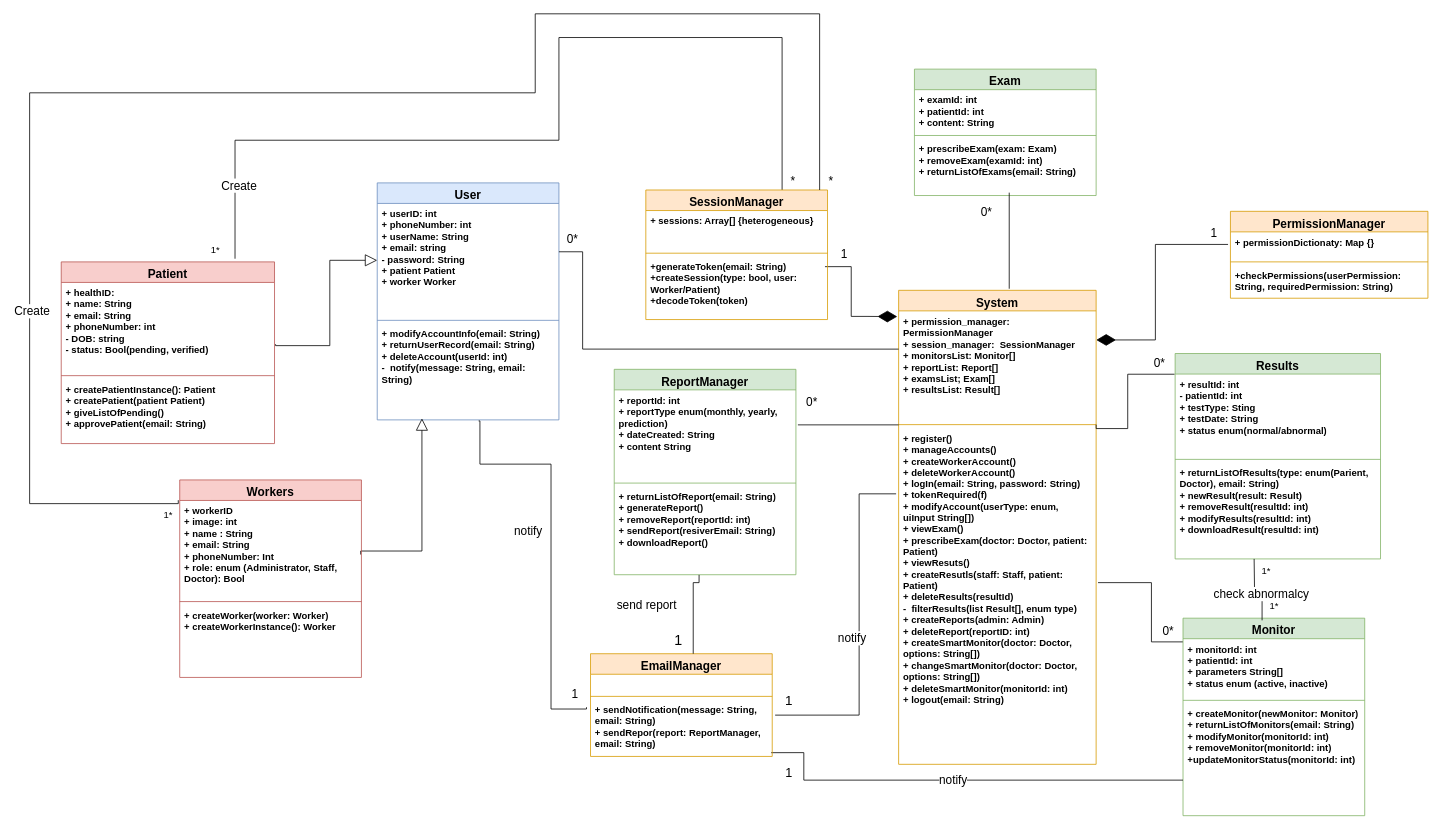
Earlier version of the draw.io diagram Project_Documentation/class_design/3.1 Class Diagram.drawio (IndecentTulip/Online-Health-Monitoring-System). Source tidied: cells renumbered, new cells numbered last; positions are measured from the earlier drawing's top-left corner, leaving out a move shared by most shapes. Both pictures are drawn from the tidied source at 79%, with x=0, y=0 at pixel (29, 13).
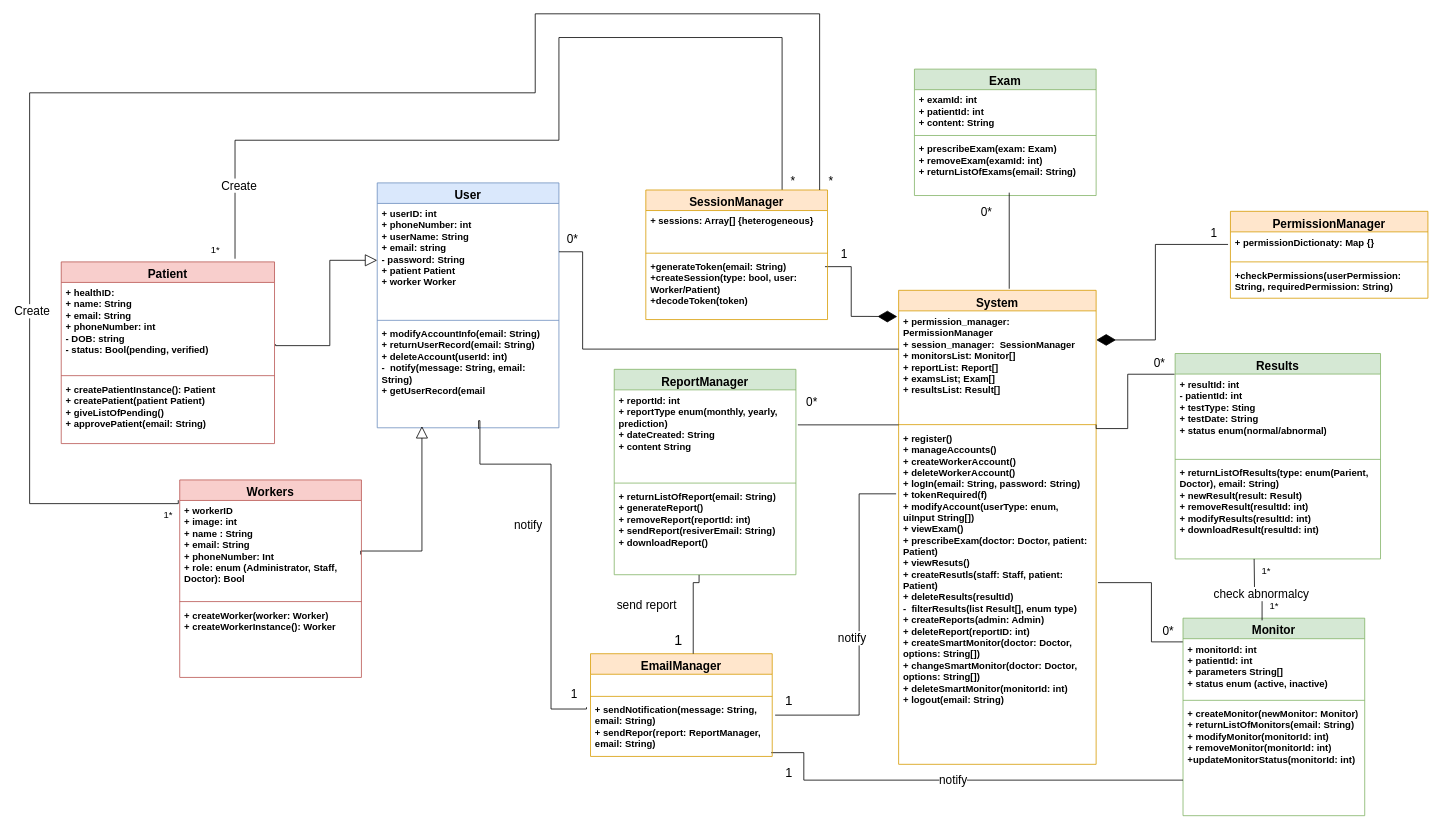
Above is the later version.

What changed in the source:
```diff
@@
     <mxCell id="2" value="&lt;font style=&quot;font-size: 15px;&quot;&gt;User&lt;/font&gt;" style="swimlane;fontStyle=1;align=center;verticalAlign=top;horizontal=1;startSize=26;whiteSpace=wrap;html=1;fillColor=#dae8fc;strokeColor=#6c8ebf;" parent="1" vertex="1">
-      <mxGeometry x="440" y="214" width="230" height="300" as="geometry" />
+      <mxGeometry x="440" y="214" width="230" height="310" as="geometry" />
     </mxCell>
@@
-    <mxCell id="5" value="&lt;div&gt;+ modifyAccountInfo(email: String)&amp;nbsp;&lt;/div&gt;&lt;div&gt;+ returnUserRecord(email: String)&lt;br&gt;+ deleteAccount(userId: int)&lt;br&gt;-&amp;nbsp; notify(message: String, email: String)&lt;br&gt;&lt;/div&gt;" style="text;strokeColor=none;fillColor=none;align=left;verticalAlign=top;spacingLeft=4;spacingRight=4;overflow=hidden;points=[[0,0.5],[1,0.5]];portConstraint=eastwest;whiteSpace=wrap;html=1;fontStyle=1;" parent="2" vertex="1">
-      <mxGeometry y="178" width="230" height="122" as="geometry" />
+    <mxCell id="5" value="&lt;div&gt;+ modifyAccountInfo(email: String)&amp;nbsp;&lt;/div&gt;&lt;div&gt;+ returnUserRecord(email: String)&lt;br&gt;+ deleteAccount(userId: int)&lt;br&gt;-&amp;nbsp; notify(message: String, email: String)&lt;br&gt;&lt;/div&gt;+ getUserRecord(email" style="text;strokeColor=none;fillColor=none;align=left;verticalAlign=top;spacingLeft=4;spacingRight=4;overflow=hidden;points=[[0,0.5],[1,0.5]];portConstraint=eastwest;whiteSpace=wrap;html=1;fontStyle=1;" parent="2" vertex="1">
+      <mxGeometry y="178" width="230" height="132" as="geometry" />
     </mxCell>
```
